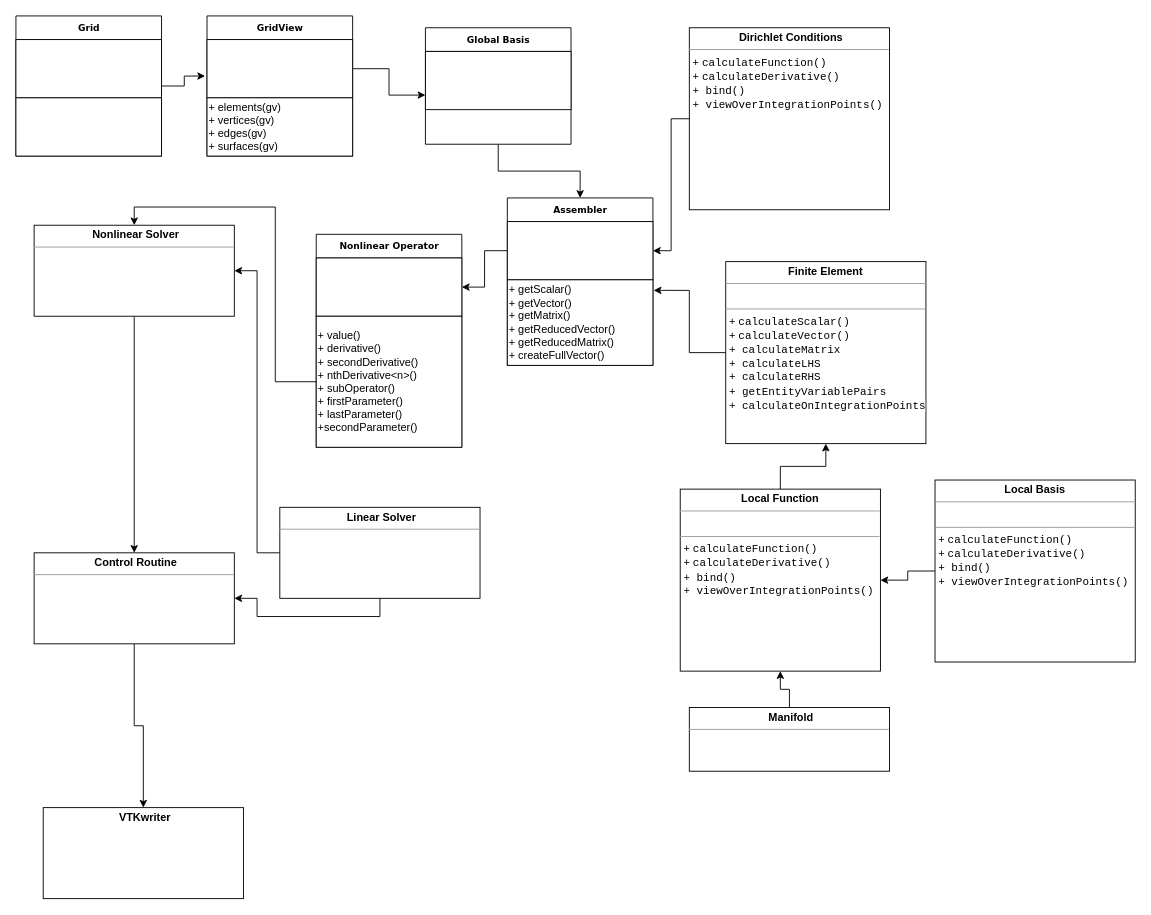
Earlier version of the draw.io diagram docs/website/diagrams/UML.drawio (ikarus-project/ikarus). Source tidied: cells renumbered, new cells numbered last; positions are measured from the earlier drawing's top-left corner, leaving out a move shared by most shapes. Both pictures are drawn from the tidied source at 91%, with x=0, y=0 at pixel (15, 15).
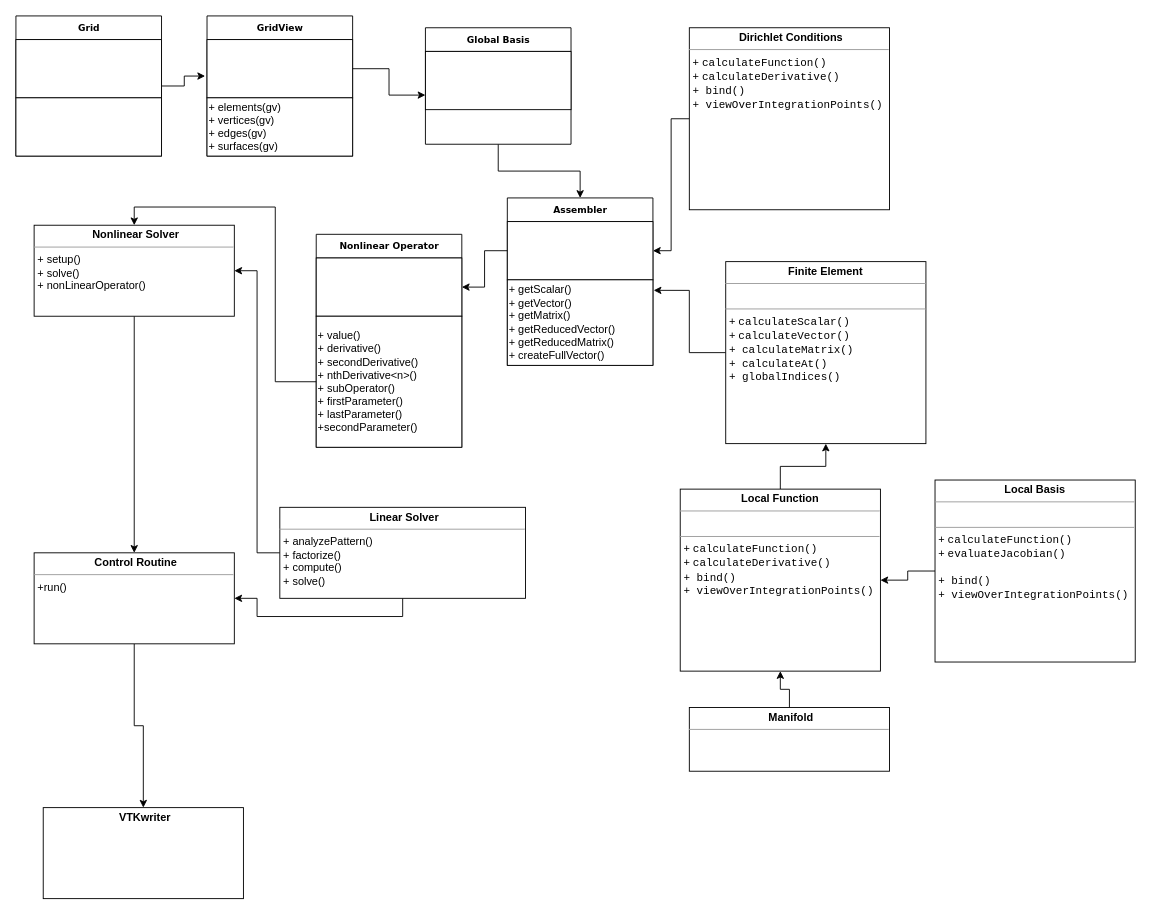
Above is the later version.

Diff of the diagram source:
```diff
@@
-    <mxCell id="12" value="&lt;p style=&quot;margin: 0px ; margin-top: 4px ; text-align: center&quot;&gt;&lt;b&gt;Finite Element&lt;/b&gt;&lt;/p&gt;&lt;hr size=&quot;1&quot;&gt;&lt;p style=&quot;margin: 0px ; margin-left: 4px&quot;&gt;&lt;br&gt;&lt;/p&gt;&lt;hr size=&quot;1&quot;&gt;&lt;p style=&quot;margin: 0px ; margin-left: 4px&quot;&gt;+&amp;nbsp;&lt;span style=&quot;background-color: rgb(255 , 255 , 255) ; font-family: &amp;#34;jetbrains mono&amp;#34; , monospace&quot;&gt;calculateScalar()&lt;/span&gt;&lt;/p&gt;&lt;p style=&quot;margin: 0px ; margin-left: 4px&quot;&gt;+&amp;nbsp;&lt;span style=&quot;background-color: rgb(255 , 255 , 255) ; font-family: &amp;#34;jetbrains mono&amp;#34; , monospace&quot;&gt;calculateVector()&lt;/span&gt;&lt;/p&gt;&lt;p style=&quot;margin: 0px ; margin-left: 4px&quot;&gt;&lt;span style=&quot;background-color: rgb(255 , 255 , 255) ; font-family: &amp;#34;jetbrains mono&amp;#34; , monospace&quot;&gt;+&amp;nbsp;&lt;/span&gt;&lt;span style=&quot;background-color: rgb(255 , 255 , 255) ; font-family: &amp;#34;jetbrains mono&amp;#34; , monospace&quot;&gt;calculateMatrix&lt;/span&gt;&lt;/p&gt;&lt;p style=&quot;margin: 0px ; margin-left: 4px&quot;&gt;&lt;span style=&quot;background-color: rgb(255 , 255 , 255) ; font-family: &amp;#34;jetbrains mono&amp;#34; , monospace&quot;&gt;+&amp;nbsp;&lt;/span&gt;&lt;span style=&quot;background-color: rgb(255 , 255 , 255) ; font-family: &amp;#34;jetbrains mono&amp;#34; , monospace&quot;&gt;calculateLHS&lt;/span&gt;&lt;/p&gt;&lt;p style=&quot;margin: 0px ; margin-left: 4px&quot;&gt;&lt;span style=&quot;background-color: rgb(255 , 255 , 255) ; font-family: &amp;#34;jetbrains mono&amp;#34; , monospace&quot;&gt;+&amp;nbsp;&lt;/span&gt;&lt;span style=&quot;background-color: rgb(255 , 255 , 255) ; font-family: &amp;#34;jetbrains mono&amp;#34; , monospace&quot;&gt;calculateRHS&lt;/span&gt;&lt;/p&gt;&lt;p style=&quot;margin: 0px ; margin-left: 4px&quot;&gt;&lt;span style=&quot;background-color: rgb(255 , 255 , 255) ; font-family: &amp;#34;jetbrains mono&amp;#34; , monospace&quot;&gt;+&amp;nbsp;&lt;/span&gt;&lt;span style=&quot;background-color: rgb(255 , 255 , 255) ; font-family: &amp;#34;jetbrains mono&amp;#34; , monospace&quot;&gt;getEntityVariablePairs&lt;/span&gt;&lt;/p&gt;&lt;p style=&quot;margin: 0px ; margin-left: 4px&quot;&gt;&lt;span style=&quot;background-color: rgb(255 , 255 , 255) ; font-family: &amp;#34;jetbrains mono&amp;#34; , monospace&quot;&gt;+ calculateOnIntegrationPoints&lt;/span&gt;&lt;/p&gt;" style="verticalAlign=top;align=left;overflow=fill;fontSize=12;fontFamily=Helvetica;html=1;rounded=0;shadow=0;comic=0;labelBackgroundColor=none;strokeWidth=1;" parent="1" vertex="1">
+    <mxCell id="12" value="&lt;p style=&quot;margin: 0px ; margin-top: 4px ; text-align: center&quot;&gt;&lt;b&gt;Finite Element&lt;/b&gt;&lt;/p&gt;&lt;hr size=&quot;1&quot;&gt;&lt;p style=&quot;margin: 0px ; margin-left: 4px&quot;&gt;&lt;br&gt;&lt;/p&gt;&lt;hr size=&quot;1&quot;&gt;&lt;p style=&quot;margin: 0px ; margin-left: 4px&quot;&gt;+&amp;nbsp;&lt;span style=&quot;background-color: rgb(255 , 255 , 255) ; font-family: &amp;#34;jetbrains mono&amp;#34; , monospace&quot;&gt;calculateScalar()&lt;/span&gt;&lt;/p&gt;&lt;p style=&quot;margin: 0px ; margin-left: 4px&quot;&gt;+&amp;nbsp;&lt;span style=&quot;background-color: rgb(255 , 255 , 255) ; font-family: &amp;#34;jetbrains mono&amp;#34; , monospace&quot;&gt;calculateVector()&lt;/span&gt;&lt;/p&gt;&lt;p style=&quot;margin: 0px ; margin-left: 4px&quot;&gt;&lt;span style=&quot;background-color: rgb(255 , 255 , 255) ; font-family: &amp;#34;jetbrains mono&amp;#34; , monospace&quot;&gt;+&amp;nbsp;&lt;/span&gt;&lt;span style=&quot;background-color: rgb(255 , 255 , 255) ; font-family: &amp;#34;jetbrains mono&amp;#34; , monospace&quot;&gt;calculateMatrix()&lt;/span&gt;&lt;/p&gt;&lt;p style=&quot;margin: 0px ; margin-left: 4px&quot;&gt;&lt;span style=&quot;background-color: rgb(255 , 255 , 255) ; font-family: &amp;#34;jetbrains mono&amp;#34; , monospace&quot;&gt;+ calculateAt()&lt;/span&gt;&lt;/p&gt;&lt;p style=&quot;margin: 0px ; margin-left: 4px&quot;&gt;&lt;span style=&quot;background-color: rgb(255 , 255 , 255) ; font-family: &amp;#34;jetbrains mono&amp;#34; , monospace&quot;&gt;+&amp;nbsp;&lt;/span&gt;&lt;span style=&quot;background-color: rgb(255 , 255 , 255) ; font-family: &amp;#34;jetbrains mono&amp;#34; , monospace&quot;&gt;globalIndices()&lt;/span&gt;&lt;/p&gt;" style="verticalAlign=top;align=left;overflow=fill;fontSize=12;fontFamily=Helvetica;html=1;rounded=0;shadow=0;comic=0;labelBackgroundColor=none;strokeWidth=1;" parent="1" vertex="1">
       <mxGeometry x="780" y="270" width="220" height="200" as="geometry" />
     </mxCell>
@@
-    <mxCell id="16" value="&lt;p style=&quot;margin: 0px ; margin-top: 4px ; text-align: center&quot;&gt;&lt;b&gt;Local Basis&lt;/b&gt;&lt;/p&gt;&lt;hr size=&quot;1&quot;&gt;&lt;p style=&quot;margin: 0px ; margin-left: 4px&quot;&gt;&lt;br&gt;&lt;/p&gt;&lt;hr size=&quot;1&quot;&gt;&lt;p style=&quot;margin: 0px ; margin-left: 4px&quot;&gt;+&amp;nbsp;&lt;span style=&quot;background-color: rgb(255 , 255 , 255) ; font-family: &amp;#34;jetbrains mono&amp;#34; , monospace&quot;&gt;calculateFunction()&lt;/span&gt;&lt;/p&gt;&lt;p style=&quot;margin: 0px ; margin-left: 4px&quot;&gt;+&amp;nbsp;&lt;span style=&quot;background-color: rgb(255 , 255 , 255) ; font-family: &amp;#34;jetbrains mono&amp;#34; , monospace&quot;&gt;calculateDerivative()&lt;/span&gt;&lt;/p&gt;&lt;p style=&quot;margin: 0px ; margin-left: 4px&quot;&gt;&lt;span style=&quot;background-color: rgb(255 , 255 , 255) ; font-family: &amp;#34;jetbrains mono&amp;#34; , monospace&quot;&gt;+&amp;nbsp;&lt;/span&gt;&lt;span style=&quot;background-color: rgb(255 , 255 , 255) ; font-family: &amp;#34;jetbrains mono&amp;#34; , monospace&quot;&gt;bind()&lt;/span&gt;&lt;/p&gt;&lt;p style=&quot;margin: 0px ; margin-left: 4px&quot;&gt;&lt;span style=&quot;background-color: rgb(255 , 255 , 255) ; font-family: &amp;#34;jetbrains mono&amp;#34; , monospace&quot;&gt;+&amp;nbsp;&lt;/span&gt;&lt;span style=&quot;background-color: rgb(255 , 255 , 255) ; font-family: &amp;#34;jetbrains mono&amp;#34; , monospace&quot;&gt;viewOverIntegrationPoints()&lt;/span&gt;&lt;span style=&quot;background-color: rgb(255 , 255 , 255) ; font-family: &amp;#34;jetbrains mono&amp;#34; , monospace&quot;&gt;&lt;br&gt;&lt;/span&gt;&lt;/p&gt;" style="verticalAlign=top;align=left;overflow=fill;fontSize=12;fontFamily=Helvetica;html=1;rounded=0;shadow=0;comic=0;labelBackgroundColor=none;strokeWidth=1;" parent="1" vertex="1">
+    <mxCell id="16" value="&lt;p style=&quot;margin: 0px ; margin-top: 4px ; text-align: center&quot;&gt;&lt;b&gt;Local Basis&lt;/b&gt;&lt;/p&gt;&lt;hr size=&quot;1&quot;&gt;&lt;p style=&quot;margin: 0px ; margin-left: 4px&quot;&gt;&lt;br&gt;&lt;/p&gt;&lt;hr size=&quot;1&quot;&gt;&lt;p style=&quot;margin: 0px ; margin-left: 4px&quot;&gt;+&amp;nbsp;&lt;span style=&quot;background-color: rgb(255 , 255 , 255) ; font-family: &amp;#34;jetbrains mono&amp;#34; , monospace&quot;&gt;calculateFunction()&lt;/span&gt;&lt;/p&gt;&lt;p style=&quot;margin: 0px ; margin-left: 4px&quot;&gt;+&amp;nbsp;&lt;span style=&quot;background-color: rgb(255 , 255 , 255)&quot;&gt;&lt;font face=&quot;jetbrains mono, monospace&quot;&gt;evaluateJacobian()&lt;/font&gt;&lt;/span&gt;&lt;/p&gt;&lt;br&gt;&lt;p style=&quot;margin: 0px ; margin-left: 4px&quot;&gt;&lt;span style=&quot;background-color: rgb(255 , 255 , 255) ; font-family: &amp;#34;jetbrains mono&amp;#34; , monospace&quot;&gt;+&amp;nbsp;&lt;/span&gt;&lt;span style=&quot;background-color: rgb(255 , 255 , 255) ; font-family: &amp;#34;jetbrains mono&amp;#34; , monospace&quot;&gt;bind()&lt;/span&gt;&lt;/p&gt;&lt;p style=&quot;margin: 0px ; margin-left: 4px&quot;&gt;&lt;span style=&quot;background-color: rgb(255 , 255 , 255) ; font-family: &amp;#34;jetbrains mono&amp;#34; , monospace&quot;&gt;+&amp;nbsp;&lt;/span&gt;&lt;span style=&quot;background-color: rgb(255 , 255 , 255) ; font-family: &amp;#34;jetbrains mono&amp;#34; , monospace&quot;&gt;viewOverIntegrationPoints()&lt;/span&gt;&lt;span style=&quot;background-color: rgb(255 , 255 , 255) ; font-family: &amp;#34;jetbrains mono&amp;#34; , monospace&quot;&gt;&lt;br&gt;&lt;/span&gt;&lt;/p&gt;" style="verticalAlign=top;align=left;overflow=fill;fontSize=12;fontFamily=Helvetica;html=1;rounded=0;shadow=0;comic=0;labelBackgroundColor=none;strokeWidth=1;" parent="1" vertex="1">
       <mxGeometry x="1010" y="510" width="220" height="200" as="geometry" />
     </mxCell>
@@
-    <mxCell id="30" value="&lt;p style=&quot;margin: 0px ; margin-top: 4px ; text-align: center&quot;&gt;&lt;/p&gt;&lt;p style=&quot;text-align: center ; margin: 0px 0px 0px 4px&quot;&gt;&lt;b&gt;Linear Solver&lt;/b&gt;&lt;/p&gt;&lt;hr size=&quot;1&quot; style=&quot;text-align: center&quot;&gt;&lt;p style=&quot;text-align: center ; margin: 0px 0px 0px 4px&quot;&gt;&lt;br&gt;&lt;/p&gt;" style="verticalAlign=top;align=left;overflow=fill;fontSize=12;fontFamily=Helvetica;html=1;rounded=0;shadow=0;comic=0;labelBackgroundColor=none;strokeWidth=1;" parent="1" vertex="1">
-      <mxGeometry x="290" y="540" width="220" height="100" as="geometry" />
+    <mxCell id="30" value="&lt;p style=&quot;margin: 0px ; margin-top: 4px ; text-align: center&quot;&gt;&lt;/p&gt;&lt;p style=&quot;text-align: center ; margin: 0px 0px 0px 4px&quot;&gt;&lt;b&gt;Linear Solver&lt;/b&gt;&lt;/p&gt;&lt;hr size=&quot;1&quot;&gt;&lt;p style=&quot;margin: 0px 0px 0px 4px&quot;&gt;+ analyzePattern()&lt;/p&gt;&lt;p style=&quot;margin: 0px 0px 0px 4px&quot;&gt;+ factorize()&lt;/p&gt;&lt;p style=&quot;margin: 0px 0px 0px 4px&quot;&gt;+ compute()&lt;/p&gt;&lt;p style=&quot;margin: 0px 0px 0px 4px&quot;&gt;+ solve()&lt;/p&gt;" style="verticalAlign=top;align=left;overflow=fill;fontSize=12;fontFamily=Helvetica;html=1;rounded=0;shadow=0;comic=0;labelBackgroundColor=none;strokeWidth=1;" parent="1" vertex="1">
+      <mxGeometry x="290" y="540" width="270" height="100" as="geometry" />
     </mxCell>
@@
-    <mxCell id="32" value="&lt;p style=&quot;margin: 0px ; margin-top: 4px ; text-align: center&quot;&gt;&lt;/p&gt;&lt;p style=&quot;text-align: center ; margin: 0px 0px 0px 4px&quot;&gt;&lt;b&gt;Nonlinear Solver&lt;/b&gt;&lt;/p&gt;&lt;hr size=&quot;1&quot; style=&quot;text-align: center&quot;&gt;&lt;p style=&quot;text-align: center ; margin: 0px 0px 0px 4px&quot;&gt;&lt;br&gt;&lt;/p&gt;" style="verticalAlign=top;align=left;overflow=fill;fontSize=12;fontFamily=Helvetica;html=1;rounded=0;shadow=0;comic=0;labelBackgroundColor=none;strokeWidth=1;" parent="1" vertex="1">
+    <mxCell id="32" value="&lt;p style=&quot;margin: 0px ; margin-top: 4px ; text-align: center&quot;&gt;&lt;/p&gt;&lt;p style=&quot;text-align: center ; margin: 0px 0px 0px 4px&quot;&gt;&lt;b&gt;Nonlinear Solver&lt;/b&gt;&lt;/p&gt;&lt;hr size=&quot;1&quot; style=&quot;text-align: center&quot;&gt;&lt;p style=&quot;margin: 0px 0px 0px 4px&quot;&gt;+&amp;nbsp;setup()&lt;/p&gt;&lt;p style=&quot;margin: 0px 0px 0px 4px&quot;&gt;+ solve()&lt;/p&gt;&lt;p style=&quot;margin: 0px 0px 0px 4px&quot;&gt;+&amp;nbsp;nonLinearOperator()&lt;/p&gt;" style="verticalAlign=top;align=left;overflow=fill;fontSize=12;fontFamily=Helvetica;html=1;rounded=0;shadow=0;comic=0;labelBackgroundColor=none;strokeWidth=1;" parent="1" vertex="1">
       <mxGeometry x="20" y="230" width="220" height="100" as="geometry" />
     </mxCell>
@@
-    <mxCell id="35" value="&lt;p style=&quot;margin: 0px ; margin-top: 4px ; text-align: center&quot;&gt;&lt;/p&gt;&lt;p style=&quot;text-align: center ; margin: 0px 0px 0px 4px&quot;&gt;&lt;b&gt;Control Routine&lt;/b&gt;&lt;/p&gt;&lt;hr size=&quot;1&quot; style=&quot;text-align: center&quot;&gt;&lt;p style=&quot;text-align: center ; margin: 0px 0px 0px 4px&quot;&gt;&lt;br&gt;&lt;/p&gt;" style="verticalAlign=top;align=left;overflow=fill;fontSize=12;fontFamily=Helvetica;html=1;rounded=0;shadow=0;comic=0;labelBackgroundColor=none;strokeWidth=1;" parent="1" vertex="1">
+    <mxCell id="35" value="&lt;p style=&quot;margin: 0px ; margin-top: 4px ; text-align: center&quot;&gt;&lt;/p&gt;&lt;p style=&quot;text-align: center ; margin: 0px 0px 0px 4px&quot;&gt;&lt;b&gt;Control Routine&lt;/b&gt;&lt;/p&gt;&lt;hr size=&quot;1&quot; style=&quot;text-align: center&quot;&gt;&lt;p style=&quot;margin: 0px 0px 0px 4px&quot;&gt;+run()&lt;/p&gt;&lt;p style=&quot;margin: 0px 0px 0px 4px&quot;&gt;&lt;br&gt;&lt;/p&gt;" style="verticalAlign=top;align=left;overflow=fill;fontSize=12;fontFamily=Helvetica;html=1;rounded=0;shadow=0;comic=0;labelBackgroundColor=none;strokeWidth=1;" parent="1" vertex="1">
       <mxGeometry x="20" y="590" width="220" height="100" as="geometry" />
     </mxCell>
```
